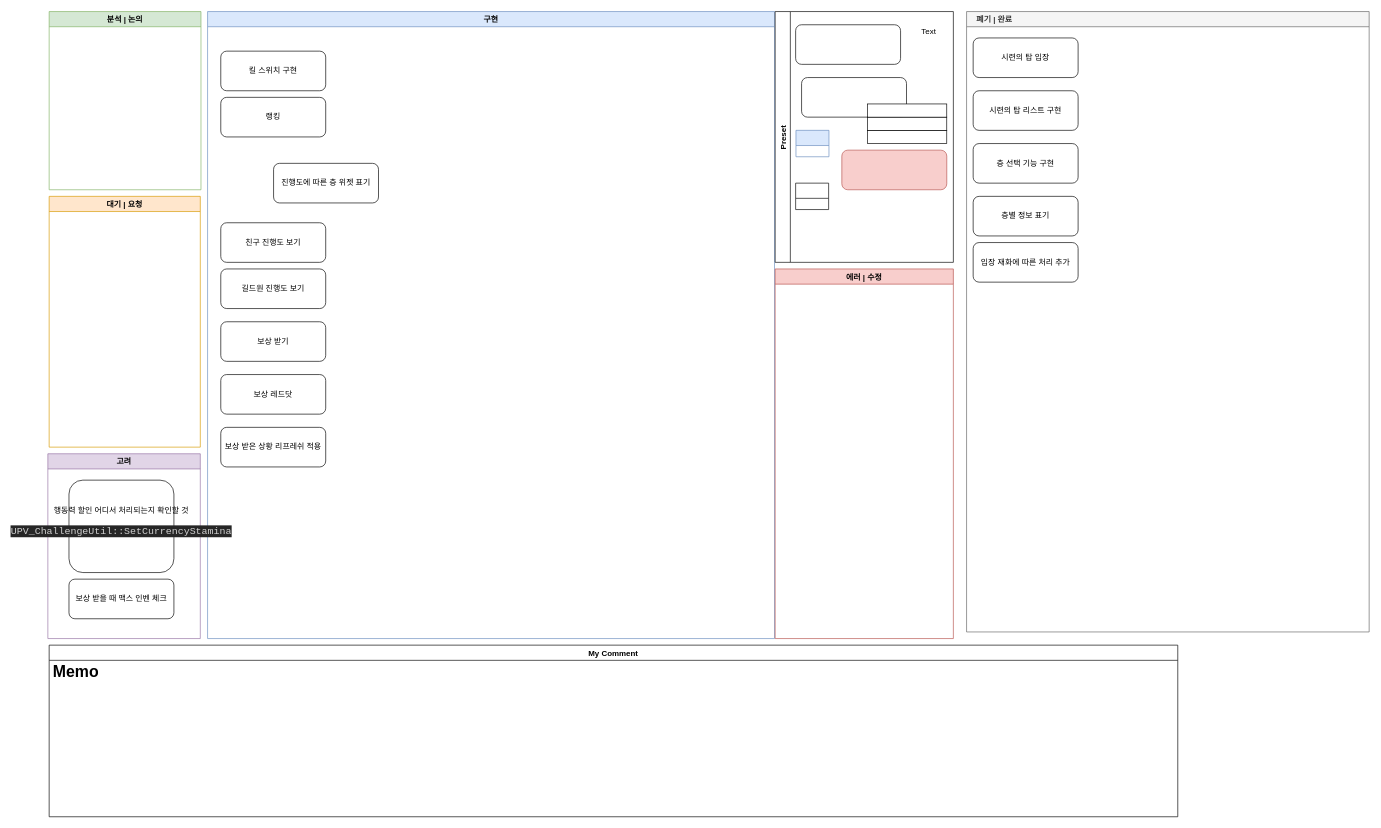
Above: 시련의 탑.drawio in Endorr/Job-Board (draw.io), before the change. Source tidied: cells renumbered, new cells numbered last; positions are measured from the earlier drawing's top-left corner, leaving out a move shared by most shapes. Both pictures are drawn from the tidied source at 66%, with x=0, y=0 at pixel (48, 11).
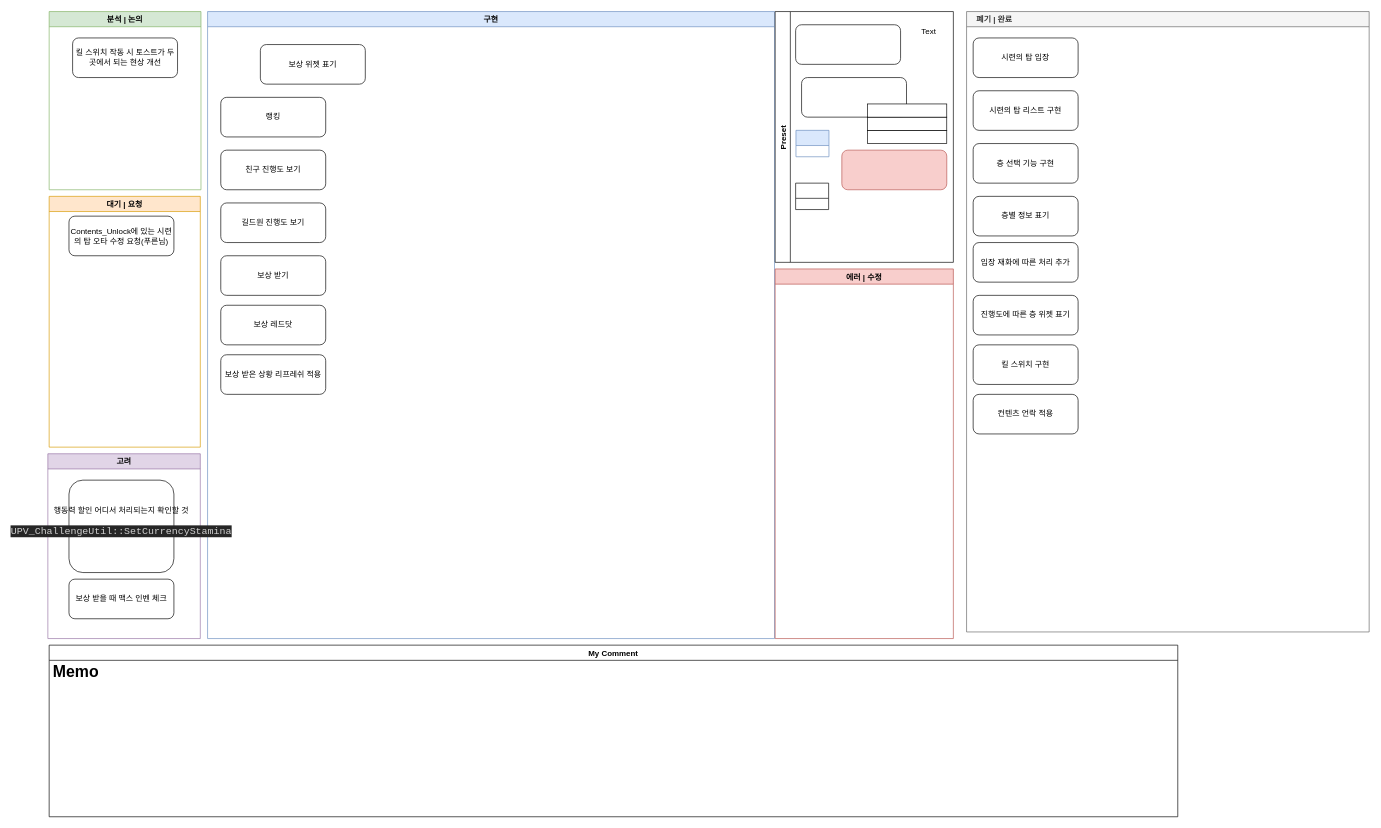
The same page after the edit.

Commit message:
시련의 탑.drawio 업데이트

The change refers to these unchanged cells:
```xml
<mxCell id="2" value="구현" style="swimlane;fillColor=#dae8fc;strokeColor=#6c8ebf;" parent="1" vertex="1">
  <mxGeometry x="242" width="859" height="950" as="geometry" />
</mxCell>
<mxCell id="11" value="분석 | 논의" style="swimlane;strokeColor=#82b366;fillColor=#D5E8D4;" parent="1" vertex="1">
  <mxGeometry x="2" width="230" height="270" as="geometry" />
</mxCell>
<mxCell id="12" value="대기 | 요청" style="swimlane;strokeColor=#d79b00;fillColor=#ffe6cc;" parent="1" vertex="1">
  <mxGeometry x="2" y="280" width="229" height="380" as="geometry" />
</mxCell>
<mxCell id="13" value="    폐기 | 완료" style="swimlane;strokeColor=#666666;fillColor=#f5f5f5;fontColor=#333333;align=left;" parent="1" vertex="1">
  <mxGeometry x="1392" width="610" height="940" as="geometry" />
</mxCell>
```

Diff of the diagram source:
```diff
@@
-    <mxCell id="3" value="킬 스위치 구현" style="rounded=1;whiteSpace=wrap;html=1;" parent="2" vertex="1">
-      <mxGeometry x="20" y="60" width="159" height="60" as="geometry" />
-    </mxCell>
@@
     <mxCell id="5" value="친구 진행도 보기" style="rounded=1;whiteSpace=wrap;html=1;" parent="2" vertex="1">
-      <mxGeometry x="20" y="320" width="159" height="60" as="geometry" />
+      <mxGeometry x="20" y="210" width="159" height="60" as="geometry" />
     </mxCell>
     <mxCell id="6" value="길드원 진행도 보기" style="rounded=1;whiteSpace=wrap;html=1;" parent="2" vertex="1">
-      <mxGeometry x="20" y="390" width="159" height="60" as="geometry" />
+      <mxGeometry x="20" y="290" width="159" height="60" as="geometry" />
     </mxCell>
     <mxCell id="7" value="보상 받기" style="rounded=1;whiteSpace=wrap;html=1;" parent="2" vertex="1">
-      <mxGeometry x="20" y="470" width="159" height="60" as="geometry" />
+      <mxGeometry x="20" y="370" width="159" height="60" as="geometry" />
     </mxCell>
     <mxCell id="8" value="보상 레드닷" style="rounded=1;whiteSpace=wrap;html=1;" parent="2" vertex="1">
-      <mxGeometry x="20" y="550" width="159" height="60" as="geometry" />
+      <mxGeometry x="20" y="445" width="159" height="60" as="geometry" />
     </mxCell>
-    <mxCell id="9" value="진행도에 따른 층 위젯 표기" style="rounded=1;whiteSpace=wrap;html=1;" parent="2" vertex="1">
-      <mxGeometry x="100" y="230" width="159" height="60" as="geometry" />
-    </mxCell>
     <mxCell id="10" value="보상 받은 상황 리프레쉬 적용" style="rounded=1;whiteSpace=wrap;html=1;" parent="2" vertex="1">
-      <mxGeometry x="20" y="630" width="159" height="60" as="geometry" />
+      <mxGeometry x="20" y="520" width="159" height="60" as="geometry" />
     </mxCell>
+    <mxCell id="36" value="보상 위젯 표기" style="rounded=1;whiteSpace=wrap;html=1;" parent="2" vertex="1">
+      <mxGeometry x="80" y="50" width="159" height="60" as="geometry" />
+    </mxCell>
@@
+    <mxCell id="37" value="킬 스위치 작동 시 토스트가 두 곳에서 되는 현상 개선" style="rounded=1;whiteSpace=wrap;html=1;" parent="11" vertex="1">
+      <mxGeometry x="35.5" y="40" width="159" height="60" as="geometry" />
+    </mxCell>
@@
+    <mxCell id="38" value="Contents_Unlock에 있는 시련의 탑 오타 수정 요청(푸른님)" style="rounded=1;whiteSpace=wrap;html=1;" parent="12" vertex="1">
+      <mxGeometry x="30" y="30" width="159" height="60" as="geometry" />
+    </mxCell>
@@
+    <mxCell id="9" value="진행도에 따른 층 위젯 표기" style="rounded=1;whiteSpace=wrap;html=1;" parent="13" vertex="1">
+      <mxGeometry x="10" y="430" width="159" height="60" as="geometry" />
+    </mxCell>
+    <mxCell id="3" value="킬 스위치 구현" style="rounded=1;whiteSpace=wrap;html=1;" parent="13" vertex="1">
+      <mxGeometry x="10" y="505" width="159" height="60" as="geometry" />
+    </mxCell>
+    <mxCell id="39" value="컨텐츠 언락 적용" style="rounded=1;whiteSpace=wrap;html=1;" parent="13" vertex="1">
+      <mxGeometry x="10" y="580" width="159" height="60" as="geometry" />
+    </mxCell>
```
